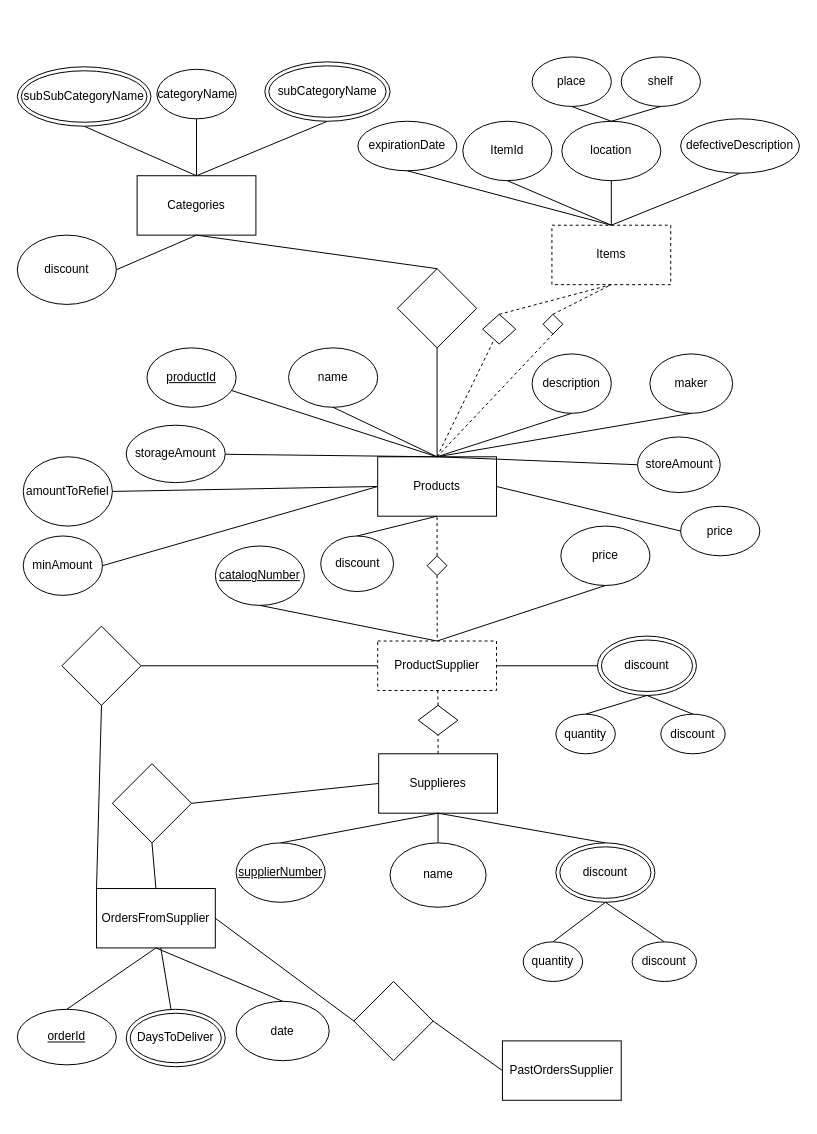
Above: docs/erd.drawio in Naveavra/Market (draw.io), before the change. Source tidied: cells renumbered, new cells numbered last; positions are measured from the earlier drawing's top-left corner, leaving out a move shared by most shapes. Both pictures are drawn from the tidied source at 99%, with x=0, y=0 at pixel (17, 56).
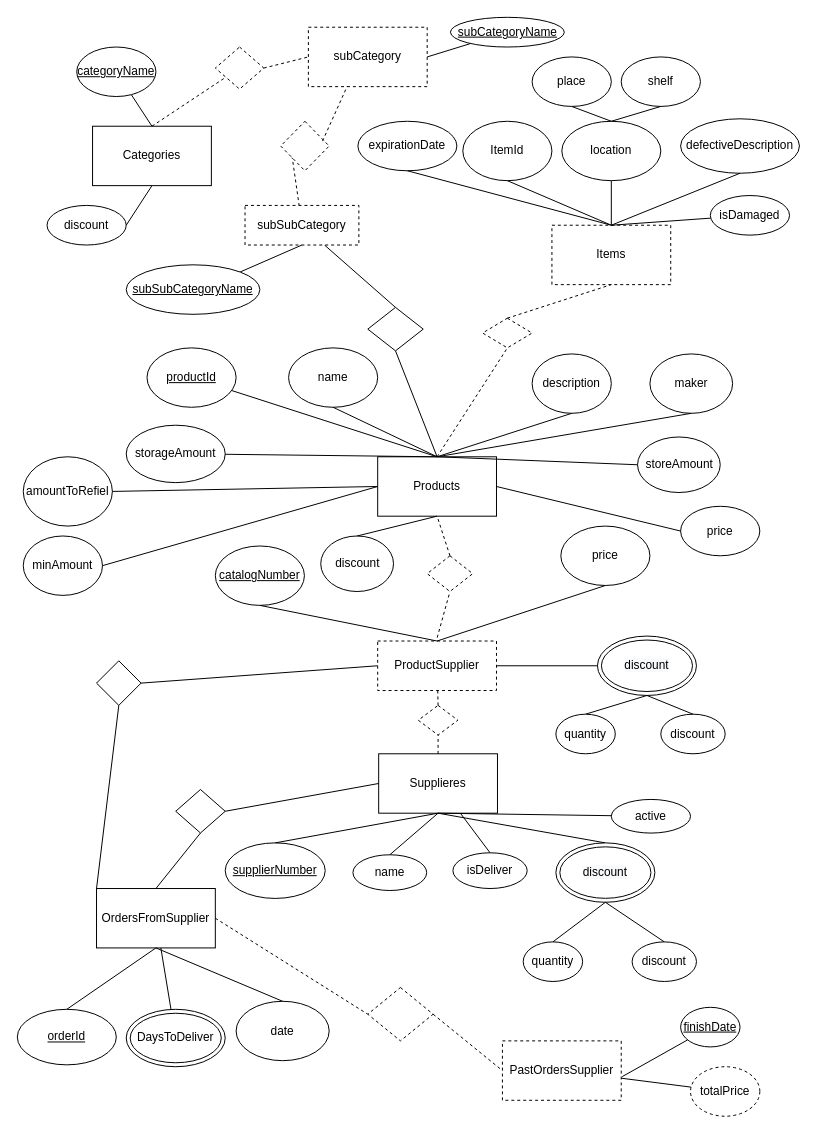
The same diagram, later.

Unchanged cells that the change refers to:
```xml
<mxCell id="3" value="Products" style="rounded=0;whiteSpace=wrap;html=1;" parent="1" vertex="1">
  <mxGeometry x="364" y="403.9" width="120" height="60" as="geometry" />
</mxCell>
<mxCell id="4" value="Items" style="rounded=0;whiteSpace=wrap;html=1;dashed=1;" parent="1" vertex="1">
  <mxGeometry x="540" y="170" width="120" height="60" as="geometry" />
</mxCell>
<mxCell id="29" value="Supplieres" style="rounded=0;whiteSpace=wrap;html=1;" parent="1" vertex="1">
  <mxGeometry x="365" y="703.9" width="120" height="60" as="geometry" />
</mxCell>
<mxCell id="55" value="OrdersFromSupplier" style="rounded=0;whiteSpace=wrap;html=1;" parent="1" vertex="1">
  <mxGeometry x="80" y="840" width="120" height="60" as="geometry" />
</mxCell>
```

What changed in the source:
```diff
@@
     <mxCell id="2" value="&lt;span&gt;Categories&lt;/span&gt;" style="rounded=0;whiteSpace=wrap;html=1;" parent="1" vertex="1">
-      <mxGeometry x="121" y="120" width="120" height="60" as="geometry" />
+      <mxGeometry x="76" y="70" width="120" height="60" as="geometry" />
     </mxCell>
@@
-    <mxCell id="6" value="categoryName" style="ellipse;whiteSpace=wrap;html=1;" parent="1" vertex="1">
-      <mxGeometry x="141" y="12.5" width="80" height="50" as="geometry" />
+    <mxCell id="6" value="&lt;u&gt;categoryName&lt;/u&gt;" style="ellipse;whiteSpace=wrap;html=1;" parent="1" vertex="1">
+      <mxGeometry x="60" y="-10" width="80" height="50" as="geometry" />
     </mxCell>
-    <mxCell id="7" style="endArrow=none;html=1;rounded=0;entryX=0.5;entryY=1;entryDx=0;entryDy=0;exitX=0.5;exitY=0;exitDx=0;exitDy=0;" parent="1" edge="1" source="2" target="98">
+    <mxCell id="7" style="endArrow=none;html=1;rounded=0;exitX=0.5;exitY=0;exitDx=0;exitDy=0;dashed=1;" parent="1" edge="1" source="2" target="111">
       <mxGeometry relative="1" as="geometry" />
     </mxCell>
-    <mxCell id="8" style="endArrow=none;html=1;rounded=0;entryX=0.5;entryY=1;entryDx=0;entryDy=0;exitX=0.5;exitY=0;exitDx=0;exitDy=0;" parent="1" edge="1" source="2" target="97">
+    <mxCell id="8" style="endArrow=none;html=1;rounded=0;exitX=0.2;exitY=0.464;exitDx=0;exitDy=0;exitPerimeter=0;dashed=1;" parent="1" edge="1" source="109" target="108">
       <mxGeometry relative="1" as="geometry" />
     </mxCell>
@@
-    <mxCell id="20" style="rhombus;whiteSpace=wrap;html=1;" parent="1" vertex="1">
-      <mxGeometry x="531" y="260" width="20" height="20" as="geometry" />
+    <mxCell id="20" style="rhombus;whiteSpace=wrap;html=1;dashed=1;" parent="1" vertex="1">
+      <mxGeometry x="470" y="263.9" width="50" height="30" as="geometry" />
     </mxCell>
@@
-    <mxCell id="30" style="rhombus;whiteSpace=wrap;html=1;" parent="1" vertex="1">
+    <mxCell id="30" style="rhombus;whiteSpace=wrap;html=1;dashed=1;" parent="1" vertex="1">
       <mxGeometry x="405" y="655" width="40" height="30" as="geometry" />
     </mxCell>
@@
-    <mxCell id="33" style="rhombus;whiteSpace=wrap;html=1;" parent="1" vertex="1">
-      <mxGeometry x="414" y="503.9" width="20" height="20" as="geometry" />
+    <mxCell id="33" style="rhombus;whiteSpace=wrap;html=1;dashed=1;" parent="1" vertex="1">
+      <mxGeometry x="414" y="503.9" width="46" height="36.1" as="geometry" />
     </mxCell>
@@
     <mxCell id="45" value="&lt;u&gt;supplierNumber&lt;/u&gt;" style="ellipse;whiteSpace=wrap;html=1;" parent="1" vertex="1">
-      <mxGeometry x="221" y="793.9" width="90" height="60" as="geometry" />
+      <mxGeometry x="210" y="793.9" width="101" height="56.1" as="geometry" />
     </mxCell>
@@
     <mxCell id="47" value="name" style="ellipse;whiteSpace=wrap;html=1;" parent="1" vertex="1">
-      <mxGeometry x="376.5" y="793.9" width="97" height="65" as="geometry" />
+      <mxGeometry x="339" y="805.9" width="74.5" height="36.1" as="geometry" />
     </mxCell>
@@
     <mxCell id="58" style="rhombus;whiteSpace=wrap;html=1;" parent="1" vertex="1">
-      <mxGeometry x="96" y="713.9" width="80" height="80" as="geometry" />
+      <mxGeometry x="160" y="740" width="50" height="43.9" as="geometry" />
     </mxCell>
@@
     <mxCell id="63" style="rhombus;whiteSpace=wrap;html=1;" parent="1" vertex="1">
-      <mxGeometry x="45" y="575" width="80" height="80" as="geometry" />
+      <mxGeometry x="80" y="610" width="45" height="45" as="geometry" />
     </mxCell>
@@
-    <mxCell id="66" value="PastOrdersSupplier" style="rounded=0;whiteSpace=wrap;html=1;" parent="1" vertex="1">
+    <mxCell id="66" value="PastOrdersSupplier" style="rounded=0;whiteSpace=wrap;html=1;dashed=1;" parent="1" vertex="1">
       <mxGeometry x="490" y="993.9" width="120" height="60" as="geometry" />
     </mxCell>
-    <mxCell id="67" style="rhombus;whiteSpace=wrap;html=1;" parent="1" vertex="1">
-      <mxGeometry x="340" y="933.9" width="80" height="80" as="geometry" />
+    <mxCell id="67" style="rhombus;whiteSpace=wrap;html=1;dashed=1;" parent="1" vertex="1">
+      <mxGeometry x="354" y="940" width="66" height="53.9" as="geometry" />
     </mxCell>
-    <mxCell id="68" style="endArrow=none;html=1;rounded=0;exitX=1;exitY=0.5;exitDx=0;exitDy=0;entryX=0;entryY=0.5;entryDx=0;entryDy=0;" parent="1" edge="1" source="55" target="67">
+    <mxCell id="68" style="endArrow=none;html=1;rounded=0;exitX=1;exitY=0.5;exitDx=0;exitDy=0;entryX=0;entryY=0.5;entryDx=0;entryDy=0;dashed=1;" parent="1" edge="1" source="55" target="67">
       <mxGeometry relative="1" as="geometry" />
     </mxCell>
-    <mxCell id="69" style="endArrow=none;html=1;rounded=0;exitX=1;exitY=0.5;exitDx=0;exitDy=0;entryX=0;entryY=0.5;entryDx=0;entryDy=0;" parent="1" edge="1" source="67" target="66">
+    <mxCell id="69" style="endArrow=none;html=1;rounded=0;exitX=1;exitY=0.5;exitDx=0;exitDy=0;entryX=0;entryY=0.5;entryDx=0;entryDy=0;dashed=1;" parent="1" edge="1" source="67" target="66">
       <mxGeometry relative="1" as="geometry" />
     </mxCell>
@@
     <mxCell id="72" style="rhombus;whiteSpace=wrap;html=1;" parent="1" vertex="1">
-      <mxGeometry x="384" y="213.9" width="80" height="80" as="geometry" />
+      <mxGeometry x="354" y="253" width="56" height="43.9" as="geometry" />
     </mxCell>
@@
-    <mxCell id="74" style="endArrow=none;html=1;rounded=0;exitX=0.5;exitY=0;exitDx=0;exitDy=0;entryX=0.5;entryY=1;entryDx=0;entryDy=0;" parent="1" edge="1" source="72" target="2">
+    <mxCell id="74" style="endArrow=none;html=1;rounded=0;exitX=0.5;exitY=0;exitDx=0;exitDy=0;" parent="1" edge="1" source="72" target="108">
       <mxGeometry relative="1" as="geometry" />
     </mxCell>
@@
-    <mxCell id="92" style="endArrow=none;dashed=1;html=1;rounded=0;exitX=0.5;exitY=0;exitDx=0;exitDy=0;" parent="1" edge="1" source="3" target="93">
-      <mxGeometry relative="1" as="geometry" />
-    </mxCell>
-    <mxCell id="93" style="rhombus;whiteSpace=wrap;html=1;" parent="1" vertex="1">
-      <mxGeometry x="470" y="260" width="33.5" height="30" as="geometry" />
-    </mxCell>
-    <mxCell id="94" style="endArrow=none;dashed=1;html=1;rounded=0;exitX=0.5;exitY=0;exitDx=0;exitDy=0;" parent="1" edge="1" source="93">
-      <mxGeometry relative="1" as="geometry">
-        <mxPoint x="600" y="230" as="targetPoint" />
-      </mxGeometry>
-    </mxCell>
     <mxCell id="95" value="discount" style="ellipse;whiteSpace=wrap;html=1;" parent="1" vertex="1">
-      <mxGeometry y="180" width="100" height="70" as="geometry" />
+      <mxGeometry x="30" y="150" width="80" height="40" as="geometry" />
     </mxCell>
@@
+    <mxCell id="99" style="endArrow=none;html=1;rounded=0;" parent="1" edge="1" target="100">
+      <mxGeometry relative="1" as="geometry">
+        <mxPoint x="611" y="1030" as="sourcePoint" />
+      </mxGeometry>
+    </mxCell>
+    <mxCell id="100" value="&lt;u&gt;finishDate&lt;/u&gt;" style="ellipse;whiteSpace=wrap;html=1;" parent="1" vertex="1">
+      <mxGeometry x="670" y="960" width="60" height="40" as="geometry" />
+    </mxCell>
+    <mxCell id="101" style="endArrow=none;html=1;rounded=0;" parent="1" edge="1" source="66" target="102">
+      <mxGeometry relative="1" as="geometry" />
+    </mxCell>
+    <mxCell id="102" value="totalPrice" style="ellipse;whiteSpace=wrap;html=1;dashed=1;" parent="1" vertex="1">
+      <mxGeometry x="680" y="1020" width="70" height="50" as="geometry" />
+    </mxCell>
+    <mxCell id="103" style="endArrow=none;html=1;rounded=0;exitX=0.5;exitY=1;exitDx=0;exitDy=0;" parent="1" edge="1" source="29" target="104">
+      <mxGeometry relative="1" as="geometry" />
+    </mxCell>
+    <mxCell id="104" value="active" style="ellipse;whiteSpace=wrap;html=1;" parent="1" vertex="1">
+      <mxGeometry x="600" y="750" width="80" height="34" as="geometry" />
+    </mxCell>
+    <mxCell id="105" style="endArrow=none;html=1;rounded=0;exitX=0.5;exitY=0;exitDx=0;exitDy=0;" parent="1" edge="1" source="106" target="29">
+      <mxGeometry relative="1" as="geometry" />
+    </mxCell>
+    <mxCell id="106" value="isDeliver" style="ellipse;whiteSpace=wrap;html=1;" parent="1" vertex="1">
+      <mxGeometry x="440" y="803.9" width="75" height="36.1" as="geometry" />
+    </mxCell>
+    <mxCell id="107" value="&lt;span style=&quot;&quot;&gt;subCategory&lt;br&gt;&lt;/span&gt;" style="rounded=0;whiteSpace=wrap;html=1;dashed=1;" parent="1" vertex="1">
+      <mxGeometry x="294" y="-30" width="120" height="60" as="geometry" />
+    </mxCell>
+    <mxCell id="108" value="&lt;span style=&quot;&quot;&gt;subSubCategory&lt;/span&gt;" style="rounded=0;whiteSpace=wrap;html=1;dashed=1;" parent="1" vertex="1">
+      <mxGeometry x="230" y="150" width="115" height="40" as="geometry" />
+    </mxCell>
+    <mxCell id="109" style="rhombus;whiteSpace=wrap;html=1;dashed=1;" parent="1" vertex="1">
+      <mxGeometry x="266" y="65" width="49" height="50" as="geometry" />
+    </mxCell>
+    <mxCell id="110" style="endArrow=none;html=1;rounded=0;exitX=0.863;exitY=0.4;exitDx=0;exitDy=0;exitPerimeter=0;entryX=0.327;entryY=0.993;entryDx=0;entryDy=0;entryPerimeter=0;dashed=1;" parent="1" edge="1" source="109" target="107">
+      <mxGeometry relative="1" as="geometry" />
+    </mxCell>
+    <mxCell id="111" style="rhombus;whiteSpace=wrap;html=1;dashed=1;" parent="1" vertex="1">
+      <mxGeometry x="200" y="-10" width="49" height="42.5" as="geometry" />
+    </mxCell>
+    <mxCell id="112" style="endArrow=none;html=1;rounded=0;entryX=0;entryY=0.5;entryDx=0;entryDy=0;exitX=1;exitY=0.5;exitDx=0;exitDy=0;dashed=1;" parent="1" edge="1" source="111" target="107">
+      <mxGeometry relative="1" as="geometry" />
+    </mxCell>
+    <mxCell id="113" style="endArrow=none;html=1;rounded=0;exitX=1;exitY=0.5;exitDx=0;exitDy=0;" parent="1" edge="1" source="107" target="98">
+      <mxGeometry relative="1" as="geometry" />
+    </mxCell>
+    <mxCell id="98" value="&lt;span style=&quot;&quot;&gt;&lt;u&gt;subCategoryName&lt;/u&gt;&lt;/span&gt;" style="ellipse;whiteSpace=wrap;html=1;" parent="1" vertex="1">
+      <mxGeometry x="437.5" y="-40" width="115" height="30" as="geometry" />
+    </mxCell>
+    <mxCell id="114" style="endArrow=none;html=1;rounded=0;entryX=0.5;entryY=1;entryDx=0;entryDy=0;exitX=1;exitY=0;exitDx=0;exitDy=0;" parent="1" edge="1" source="97" target="108">
+      <mxGeometry relative="1" as="geometry" />
+    </mxCell>
-    <mxCell id="97" value="&lt;span&gt;subSubCategoryName&lt;/span&gt;" style="ellipse;shape=doubleEllipse;whiteSpace=wrap;html=1;" parent="1" vertex="1">
-      <mxGeometry y="10" width="135" height="60" as="geometry" />
+    <mxCell id="97" value="&lt;span style=&quot;&quot;&gt;&lt;u&gt;subSubCategoryName&lt;/u&gt;&lt;/span&gt;" style="ellipse;whiteSpace=wrap;html=1;" parent="1" vertex="1">
+      <mxGeometry x="110" y="210" width="135" height="50" as="geometry" />
     </mxCell>
-    <mxCell id="98" value="&lt;span&gt;subCategoryName&lt;/span&gt;" style="ellipse;shape=doubleEllipse;whiteSpace=wrap;html=1;" parent="1" vertex="1">
-      <mxGeometry x="250" y="5" width="126.5" height="60" as="geometry" />
-    </mxCell>
+    <mxCell id="115" style="endArrow=none;html=1;rounded=0;exitX=0.5;exitY=0;exitDx=0;exitDy=0;" parent="1" edge="1" source="4" target="116">
+      <mxGeometry relative="1" as="geometry" />
+    </mxCell>
+    <mxCell id="116" value="isDamaged" style="ellipse;whiteSpace=wrap;html=1;" parent="1" vertex="1">
+      <mxGeometry x="700" y="140" width="80" height="40" as="geometry" />
+    </mxCell>
```
